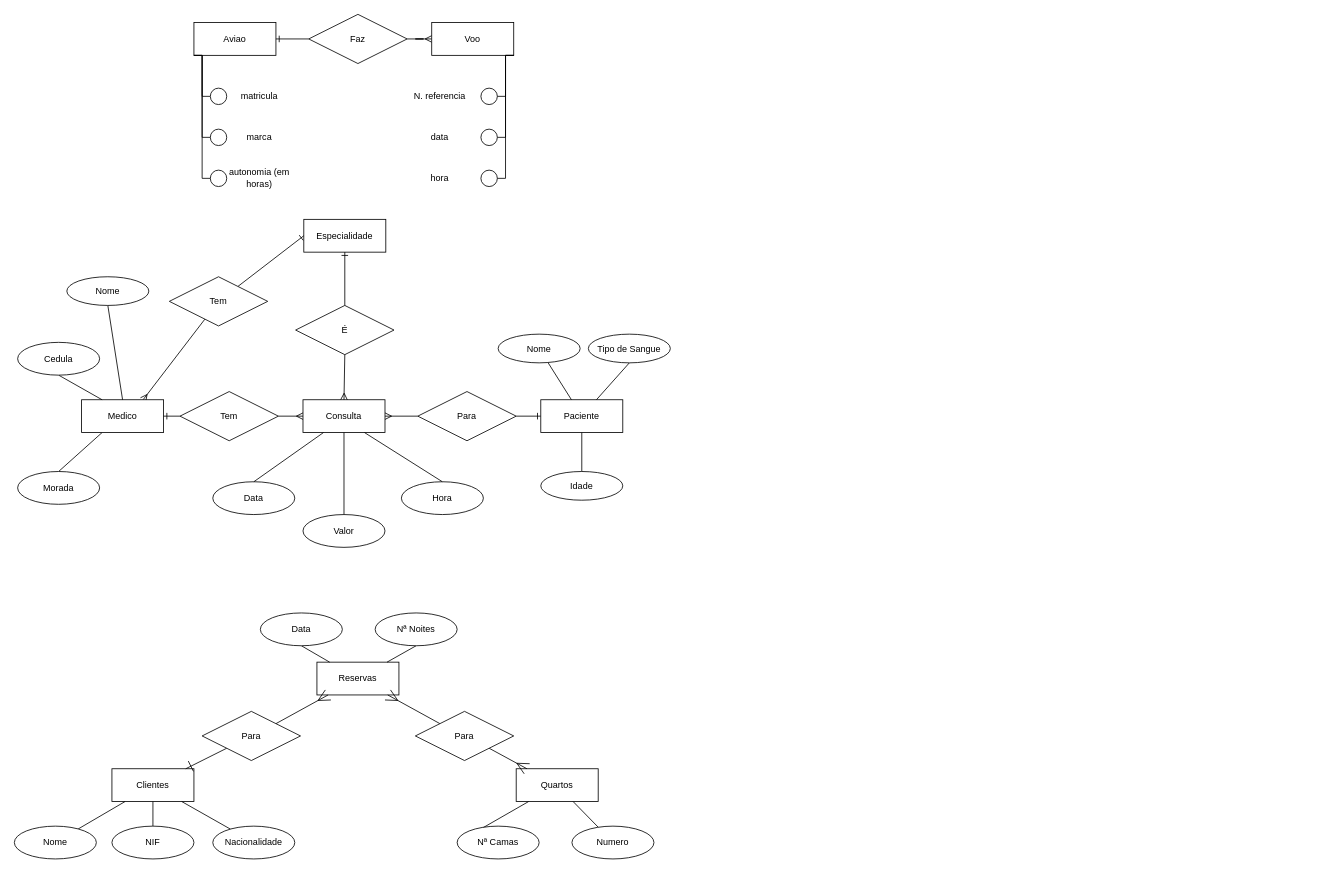
Above: page "ex-2 cardinalidades" (2 of 2) of modelacao base de dados/primeirosBDD.drawio in Licinio14/softdev (draw.io), before the change. Source tidied: cells renumbered, new cells numbered last; positions are measured from the earlier drawing's top-left corner, leaving out a move shared by most shapes. Both pictures are drawn from the tidied source at 82%, with x=0, y=0 at pixel (14, 14).
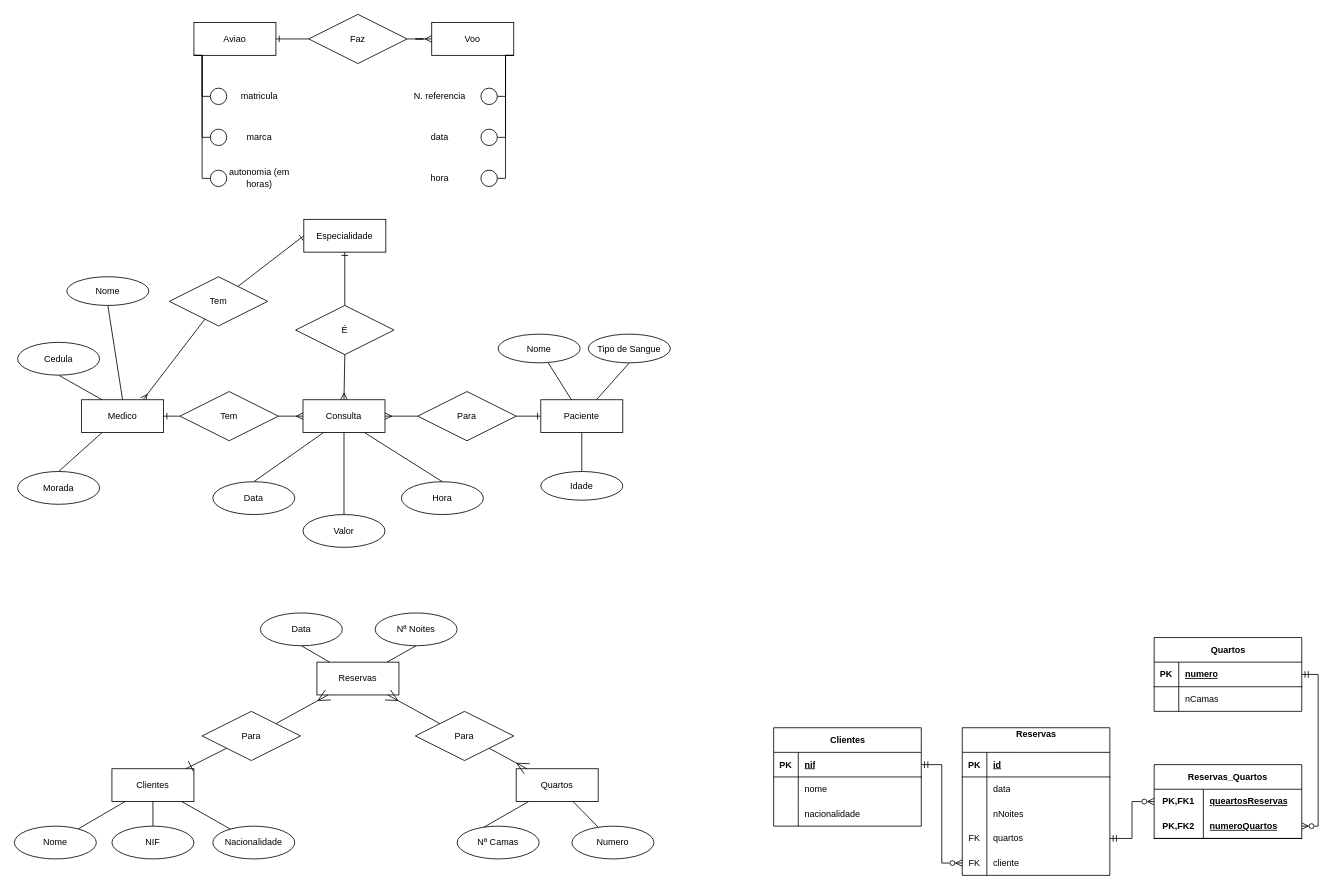
Above is the later version.

Diff of the diagram source:
```diff
@@
+    <mxCell id="83" value="Reservas&lt;div&gt;&lt;br&gt;&lt;/div&gt;" style="shape=table;startSize=30;childLayout=tableLayout;rowLines=0;fontStyle=1;align=center;html=1;fontFamily=Helvetica;fontSize=11;fontColor=default;labelBackgroundColor=default;" parent="1" vertex="1">
+      <mxGeometry x="1156" y="870" width="180" height="180" as="geometry" />
+    </mxCell>
+    <mxCell id="84" style="shape=tableRow;horizontal=0;startSize=0;swimlaneHead=0;swimlaneBody=0;fillColor=none;top=0;left=0;right=0;bottom=1;fontFamily=Helvetica;fontSize=11;fontColor=default;labelBackgroundColor=default;" parent="83" vertex="1">
+      <mxGeometry y="30" width="180" height="30" as="geometry" />
+    </mxCell>
+    <mxCell id="85" value="PK" style="shape=partialRectangle;fillColor=none;top=0;left=0;bottom=0;right=0;fontStyle=1;overflow=hidden;whiteSpace=wrap;html=1;fontFamily=Helvetica;fontSize=11;fontColor=default;labelBackgroundColor=default;" parent="84" vertex="1">
+      <mxGeometry width="30" height="30" as="geometry" />
+    </mxCell>
+    <mxCell id="86" value="id" style="shape=partialRectangle;fillColor=none;top=0;left=0;bottom=0;right=0;align=left;spacingLeft=6;fontStyle=5;overflow=hidden;whiteSpace=wrap;html=1;fontFamily=Helvetica;fontSize=11;fontColor=default;labelBackgroundColor=default;" parent="84" vertex="1">
+      <mxGeometry x="30" width="150" height="30" as="geometry" />
+    </mxCell>
+    <mxCell id="87" style="shape=tableRow;horizontal=0;startSize=0;swimlaneHead=0;swimlaneBody=0;fillColor=none;top=0;left=0;right=0;bottom=0;fontFamily=Helvetica;fontSize=11;fontColor=default;labelBackgroundColor=default;" parent="83" vertex="1">
+      <mxGeometry y="60" width="180" height="30" as="geometry" />
+    </mxCell>
+    <mxCell id="88" style="shape=partialRectangle;fillColor=none;top=0;left=0;bottom=0;right=0;overflow=hidden;whiteSpace=wrap;html=1;fontFamily=Helvetica;fontSize=11;fontColor=default;labelBackgroundColor=default;" parent="87" vertex="1">
+      <mxGeometry width="30" height="30" as="geometry" />
+    </mxCell>
+    <mxCell id="89" value="data" style="shape=partialRectangle;fillColor=none;top=0;left=0;bottom=0;right=0;align=left;spacingLeft=6;overflow=hidden;whiteSpace=wrap;html=1;fontFamily=Helvetica;fontSize=11;fontColor=default;labelBackgroundColor=default;" parent="87" vertex="1">
+      <mxGeometry x="30" width="150" height="30" as="geometry" />
+    </mxCell>
+    <mxCell id="90" style="shape=tableRow;horizontal=0;startSize=0;swimlaneHead=0;swimlaneBody=0;fillColor=none;top=0;left=0;right=0;bottom=0;fontFamily=Helvetica;fontSize=11;fontColor=default;labelBackgroundColor=default;" parent="83" vertex="1">
+      <mxGeometry y="90" width="180" height="30" as="geometry" />
+    </mxCell>
+    <mxCell id="91" style="shape=partialRectangle;fillColor=none;top=0;left=0;bottom=0;right=0;overflow=hidden;whiteSpace=wrap;html=1;fontFamily=Helvetica;fontSize=11;fontColor=default;labelBackgroundColor=default;" parent="90" vertex="1">
+      <mxGeometry width="30" height="30" as="geometry" />
+    </mxCell>
+    <mxCell id="92" value="nNoites" style="shape=partialRectangle;fillColor=none;top=0;left=0;bottom=0;right=0;align=left;spacingLeft=6;overflow=hidden;whiteSpace=wrap;html=1;fontFamily=Helvetica;fontSize=11;fontColor=default;labelBackgroundColor=default;" parent="90" vertex="1">
+      <mxGeometry x="30" width="150" height="30" as="geometry" />
+    </mxCell>
+    <mxCell id="93" style="shape=tableRow;horizontal=0;startSize=0;swimlaneHead=0;swimlaneBody=0;fillColor=none;points=[[0,0.5],[1,0.5]];portConstraint=eastwest;top=0;left=0;right=0;bottom=0;fontFamily=Helvetica;fontSize=11;fontColor=default;labelBackgroundColor=default;" parent="83" vertex="1">
+      <mxGeometry y="120" width="180" height="30" as="geometry" />
+    </mxCell>
+    <mxCell id="94" value="FK" style="shape=partialRectangle;fillColor=none;top=0;left=0;bottom=0;right=0;overflow=hidden;whiteSpace=wrap;html=1;fontFamily=Helvetica;fontSize=11;fontColor=default;labelBackgroundColor=default;" parent="93" vertex="1">
+      <mxGeometry width="30" height="30" as="geometry" />
+    </mxCell>
+    <mxCell id="95" value="quartos" style="shape=partialRectangle;fillColor=none;top=0;left=0;bottom=0;right=0;align=left;spacingLeft=6;overflow=hidden;whiteSpace=wrap;html=1;fontFamily=Helvetica;fontSize=11;fontColor=default;labelBackgroundColor=default;" parent="93" vertex="1">
+      <mxGeometry x="30" width="150" height="30" as="geometry" />
+    </mxCell>
+    <mxCell id="96" style="shape=tableRow;horizontal=0;startSize=0;swimlaneHead=0;swimlaneBody=0;fillColor=none;points=[[0,0.5],[1,0.5]];portConstraint=eastwest;top=0;left=0;right=0;bottom=0;fontFamily=Helvetica;fontSize=11;fontColor=default;labelBackgroundColor=default;" parent="83" vertex="1">
+      <mxGeometry y="150" width="180" height="30" as="geometry" />
+    </mxCell>
+    <mxCell id="97" value="FK" style="shape=partialRectangle;fillColor=none;top=0;left=0;bottom=0;right=0;overflow=hidden;whiteSpace=wrap;html=1;fontFamily=Helvetica;fontSize=11;fontColor=default;labelBackgroundColor=default;" parent="96" vertex="1">
+      <mxGeometry width="30" height="30" as="geometry" />
+    </mxCell>
+    <mxCell id="98" value="cliente" style="shape=partialRectangle;fillColor=none;top=0;left=0;bottom=0;right=0;align=left;spacingLeft=6;overflow=hidden;whiteSpace=wrap;html=1;fontFamily=Helvetica;fontSize=11;fontColor=default;labelBackgroundColor=default;" parent="96" vertex="1">
+      <mxGeometry x="30" width="150" height="30" as="geometry" />
+    </mxCell>
+    <mxCell id="99" value="&lt;div&gt;Clientes&lt;/div&gt;" style="shape=table;startSize=30;childLayout=tableLayout;rowLines=0;fontStyle=1;align=center;html=1;fontFamily=Helvetica;fontSize=11;fontColor=default;labelBackgroundColor=default;" parent="1" vertex="1">
+      <mxGeometry x="926" y="870" width="180" height="120" as="geometry" />
+    </mxCell>
+    <mxCell id="100" style="shape=tableRow;horizontal=0;startSize=0;swimlaneHead=0;swimlaneBody=0;fillColor=none;points=[[0,0.5],[1,0.5]];portConstraint=eastwest;top=0;left=0;right=0;bottom=1;fontFamily=Helvetica;fontSize=11;fontColor=default;labelBackgroundColor=default;" parent="99" vertex="1">
+      <mxGeometry y="30" width="180" height="30" as="geometry" />
+    </mxCell>
+    <mxCell id="101" value="PK" style="shape=partialRectangle;fillColor=none;top=0;left=0;bottom=0;right=0;fontStyle=1;overflow=hidden;whiteSpace=wrap;html=1;fontFamily=Helvetica;fontSize=11;fontColor=default;labelBackgroundColor=default;" parent="100" vertex="1">
+      <mxGeometry width="30" height="30" as="geometry" />
+    </mxCell>
+    <mxCell id="102" value="nif" style="shape=partialRectangle;fillColor=none;top=0;left=0;bottom=0;right=0;align=left;spacingLeft=6;fontStyle=5;overflow=hidden;whiteSpace=wrap;html=1;fontFamily=Helvetica;fontSize=11;fontColor=default;labelBackgroundColor=default;" parent="100" vertex="1">
+      <mxGeometry x="30" width="150" height="30" as="geometry" />
+    </mxCell>
+    <mxCell id="103" style="shape=tableRow;horizontal=0;startSize=0;swimlaneHead=0;swimlaneBody=0;fillColor=none;top=0;left=0;right=0;bottom=0;fontFamily=Helvetica;fontSize=11;fontColor=default;labelBackgroundColor=default;" parent="99" vertex="1">
+      <mxGeometry y="60" width="180" height="30" as="geometry" />
+    </mxCell>
+    <mxCell id="104" style="shape=partialRectangle;fillColor=none;top=0;left=0;bottom=0;right=0;overflow=hidden;whiteSpace=wrap;html=1;fontFamily=Helvetica;fontSize=11;fontColor=default;labelBackgroundColor=default;" parent="103" vertex="1">
+      <mxGeometry width="30" height="30" as="geometry" />
+    </mxCell>
+    <mxCell id="105" value="nome" style="shape=partialRectangle;fillColor=none;top=0;left=0;bottom=0;right=0;align=left;spacingLeft=6;overflow=hidden;whiteSpace=wrap;html=1;fontFamily=Helvetica;fontSize=11;fontColor=default;labelBackgroundColor=default;" parent="103" vertex="1">
+      <mxGeometry x="30" width="150" height="30" as="geometry" />
+    </mxCell>
+    <mxCell id="106" style="shape=tableRow;horizontal=0;startSize=0;swimlaneHead=0;swimlaneBody=0;fillColor=none;top=0;left=0;right=0;bottom=0;fontFamily=Helvetica;fontSize=11;fontColor=default;labelBackgroundColor=default;" parent="99" vertex="1">
+      <mxGeometry y="90" width="180" height="30" as="geometry" />
+    </mxCell>
+    <mxCell id="107" style="shape=partialRectangle;fillColor=none;top=0;left=0;bottom=0;right=0;overflow=hidden;whiteSpace=wrap;html=1;fontFamily=Helvetica;fontSize=11;fontColor=default;labelBackgroundColor=default;" parent="106" vertex="1">
+      <mxGeometry width="30" height="30" as="geometry" />
+    </mxCell>
+    <mxCell id="108" value="nacionalidade" style="shape=partialRectangle;fillColor=none;top=0;left=0;bottom=0;right=0;align=left;spacingLeft=6;overflow=hidden;whiteSpace=wrap;html=1;fontFamily=Helvetica;fontSize=11;fontColor=default;labelBackgroundColor=default;" parent="106" vertex="1">
+      <mxGeometry x="30" width="150" height="30" as="geometry" />
+    </mxCell>
+    <mxCell id="109" value="&lt;div&gt;Quartos&lt;/div&gt;" style="shape=table;startSize=30;childLayout=tableLayout;rowLines=0;fontStyle=1;align=center;html=1;fontFamily=Helvetica;fontSize=11;fontColor=default;labelBackgroundColor=default;" parent="1" vertex="1">
+      <mxGeometry x="1390" y="760" width="180" height="90" as="geometry" />
+    </mxCell>
+    <mxCell id="110" style="shape=tableRow;horizontal=0;startSize=0;swimlaneHead=0;swimlaneBody=0;fillColor=none;points=[[0,0.5],[1,0.5]];portConstraint=eastwest;top=0;left=0;right=0;bottom=1;fontFamily=Helvetica;fontSize=11;fontColor=default;labelBackgroundColor=default;" parent="109" vertex="1">
+      <mxGeometry y="30" width="180" height="30" as="geometry" />
+    </mxCell>
+    <mxCell id="111" value="PK" style="shape=partialRectangle;fillColor=none;top=0;left=0;bottom=0;right=0;fontStyle=1;overflow=hidden;whiteSpace=wrap;html=1;fontFamily=Helvetica;fontSize=11;fontColor=default;labelBackgroundColor=default;" parent="110" vertex="1">
+      <mxGeometry width="30" height="30" as="geometry" />
+    </mxCell>
+    <mxCell id="112" value="numero" style="shape=partialRectangle;fillColor=none;top=0;left=0;bottom=0;right=0;align=left;spacingLeft=6;fontStyle=5;overflow=hidden;whiteSpace=wrap;html=1;fontFamily=Helvetica;fontSize=11;fontColor=default;labelBackgroundColor=default;" parent="110" vertex="1">
+      <mxGeometry x="30" width="150" height="30" as="geometry" />
+    </mxCell>
+    <mxCell id="113" style="shape=tableRow;horizontal=0;startSize=0;swimlaneHead=0;swimlaneBody=0;fillColor=none;top=0;left=0;right=0;bottom=0;fontFamily=Helvetica;fontSize=11;fontColor=default;labelBackgroundColor=default;" parent="109" vertex="1">
+      <mxGeometry y="60" width="180" height="30" as="geometry" />
+    </mxCell>
+    <mxCell id="114" style="shape=partialRectangle;fillColor=none;top=0;left=0;bottom=0;right=0;overflow=hidden;whiteSpace=wrap;html=1;fontFamily=Helvetica;fontSize=11;fontColor=default;labelBackgroundColor=default;" parent="113" vertex="1">
+      <mxGeometry width="30" height="30" as="geometry" />
+    </mxCell>
+    <mxCell id="115" value="nCamas" style="shape=partialRectangle;fillColor=none;top=0;left=0;bottom=0;right=0;align=left;spacingLeft=6;overflow=hidden;whiteSpace=wrap;html=1;fontFamily=Helvetica;fontSize=11;fontColor=default;labelBackgroundColor=default;" parent="113" vertex="1">
+      <mxGeometry x="30" width="150" height="30" as="geometry" />
+    </mxCell>
+    <mxCell id="116" style="edgeStyle=orthogonalEdgeStyle;shape=connector;rounded=0;jettySize=auto;html=1;exitX=0;exitY=0.5;exitDx=0;exitDy=0;entryX=1;entryY=0.5;entryDx=0;entryDy=0;strokeColor=default;align=center;verticalAlign=middle;fontFamily=Helvetica;fontSize=11;fontColor=default;labelBackgroundColor=default;endArrow=ERmandOne;endFill=0;startArrow=ERzeroToMany;startFill=0;" parent="1" edge="1" source="96" target="100">
+      <mxGeometry relative="1" as="geometry" />
+    </mxCell>
+    <mxCell id="117" value="Reservas_Quartos" style="shape=table;startSize=30;childLayout=tableLayout;rowLines=0;fontStyle=1;align=center;html=1;whiteSpace=wrap;fontFamily=Helvetica;fontSize=11;fontColor=default;labelBackgroundColor=default;" parent="1" vertex="1">
+      <mxGeometry x="1390" y="915" width="180" height="90" as="geometry" />
+    </mxCell>
+    <mxCell id="118" style="shape=tableRow;horizontal=0;startSize=0;swimlaneHead=0;swimlaneBody=0;fillColor=none;points=[[0,0.5],[1,0.5]];portConstraint=eastwest;top=0;left=0;right=0;bottom=0;html=1;fontFamily=Helvetica;fontSize=11;fontColor=default;labelBackgroundColor=default;" parent="117" vertex="1">
+      <mxGeometry y="30" width="180" height="30" as="geometry" />
+    </mxCell>
+    <mxCell id="119" value="PK,FK1" style="shape=partialRectangle;fillColor=none;top=0;left=0;bottom=0;right=0;fontStyle=1;overflow=hidden;html=1;whiteSpace=wrap;fontFamily=Helvetica;fontSize=11;fontColor=default;labelBackgroundColor=default;" parent="118" vertex="1">
+      <mxGeometry width="60" height="30" as="geometry" />
+    </mxCell>
+    <mxCell id="120" value="queartosReservas" style="shape=partialRectangle;fillColor=none;top=0;left=0;bottom=0;right=0;align=left;spacingLeft=6;fontStyle=5;overflow=hidden;html=1;whiteSpace=wrap;fontFamily=Helvetica;fontSize=11;fontColor=default;labelBackgroundColor=default;" parent="118" vertex="1">
+      <mxGeometry x="60" width="120" height="30" as="geometry" />
+    </mxCell>
+    <mxCell id="121" style="shape=tableRow;horizontal=0;startSize=0;swimlaneHead=0;swimlaneBody=0;fillColor=none;points=[[0,0.5],[1,0.5]];portConstraint=eastwest;top=0;left=0;right=0;bottom=1;html=1;fontFamily=Helvetica;fontSize=11;fontColor=default;labelBackgroundColor=default;" parent="117" vertex="1">
+      <mxGeometry y="60" width="180" height="30" as="geometry" />
+    </mxCell>
+    <mxCell id="122" value="PK,FK2" style="shape=partialRectangle;fillColor=none;top=0;left=0;bottom=0;right=0;fontStyle=1;overflow=hidden;html=1;whiteSpace=wrap;fontFamily=Helvetica;fontSize=11;fontColor=default;labelBackgroundColor=default;" parent="121" vertex="1">
+      <mxGeometry width="60" height="30" as="geometry" />
+    </mxCell>
+    <mxCell id="123" value="numeroQuartos" style="shape=partialRectangle;fillColor=none;top=0;left=0;bottom=0;right=0;align=left;spacingLeft=6;fontStyle=5;overflow=hidden;html=1;whiteSpace=wrap;fontFamily=Helvetica;fontSize=11;fontColor=default;labelBackgroundColor=default;" parent="121" vertex="1">
+      <mxGeometry x="60" width="120" height="30" as="geometry" />
+    </mxCell>
+    <mxCell id="124" style="edgeStyle=orthogonalEdgeStyle;shape=connector;rounded=0;jettySize=auto;html=1;exitX=1;exitY=0.5;exitDx=0;exitDy=0;entryX=1;entryY=0.5;entryDx=0;entryDy=0;strokeColor=default;align=center;verticalAlign=middle;fontFamily=Helvetica;fontSize=11;fontColor=default;labelBackgroundColor=default;endArrow=ERmandOne;endFill=0;startArrow=ERzeroToMany;startFill=0;" parent="1" edge="1" source="121" target="110">
+      <mxGeometry relative="1" as="geometry" />
+    </mxCell>
+    <mxCell id="125" style="edgeStyle=orthogonalEdgeStyle;shape=connector;rounded=0;jettySize=auto;html=1;exitX=1;exitY=0.5;exitDx=0;exitDy=0;entryX=0;entryY=0.5;entryDx=0;entryDy=0;strokeColor=default;align=center;verticalAlign=middle;fontFamily=Helvetica;fontSize=11;fontColor=default;labelBackgroundColor=default;endArrow=ERzeroToMany;endFill=0;startArrow=ERmandOne;startFill=0;" parent="1" edge="1" source="93" target="118">
+      <mxGeometry relative="1" as="geometry" />
+    </mxCell>
```
